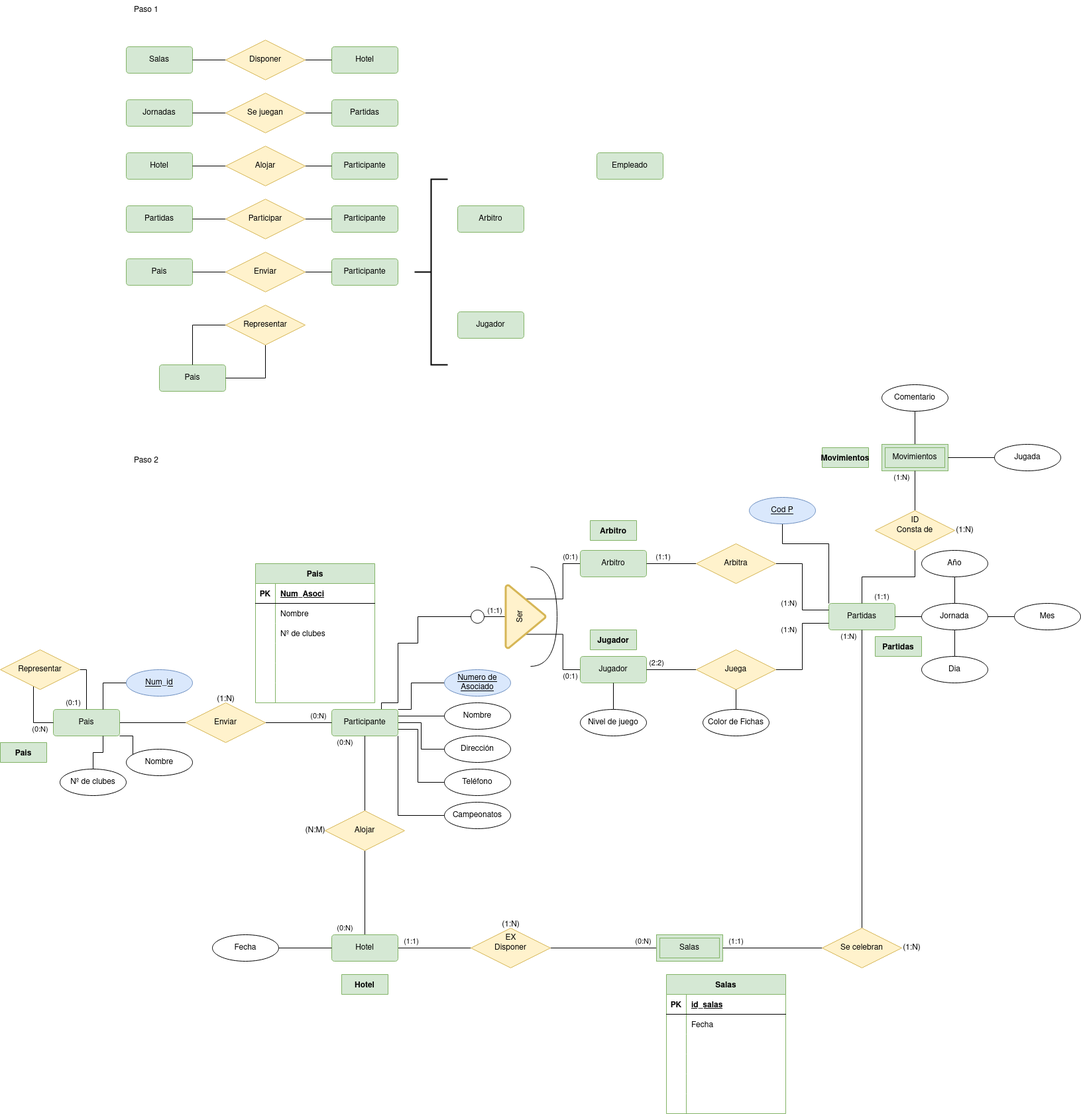
Above: tareas base de datos/Actividades_Esquemas/Actividades_Esquemas/ejercicio_9.drawio.png in Angel-L-G/Base-Datos (draw.io), before the change. Source tidied: cells renumbered, new cells last; positions are measured from the earlier drawing's top-left corner, leaving out a move shared by most shapes.
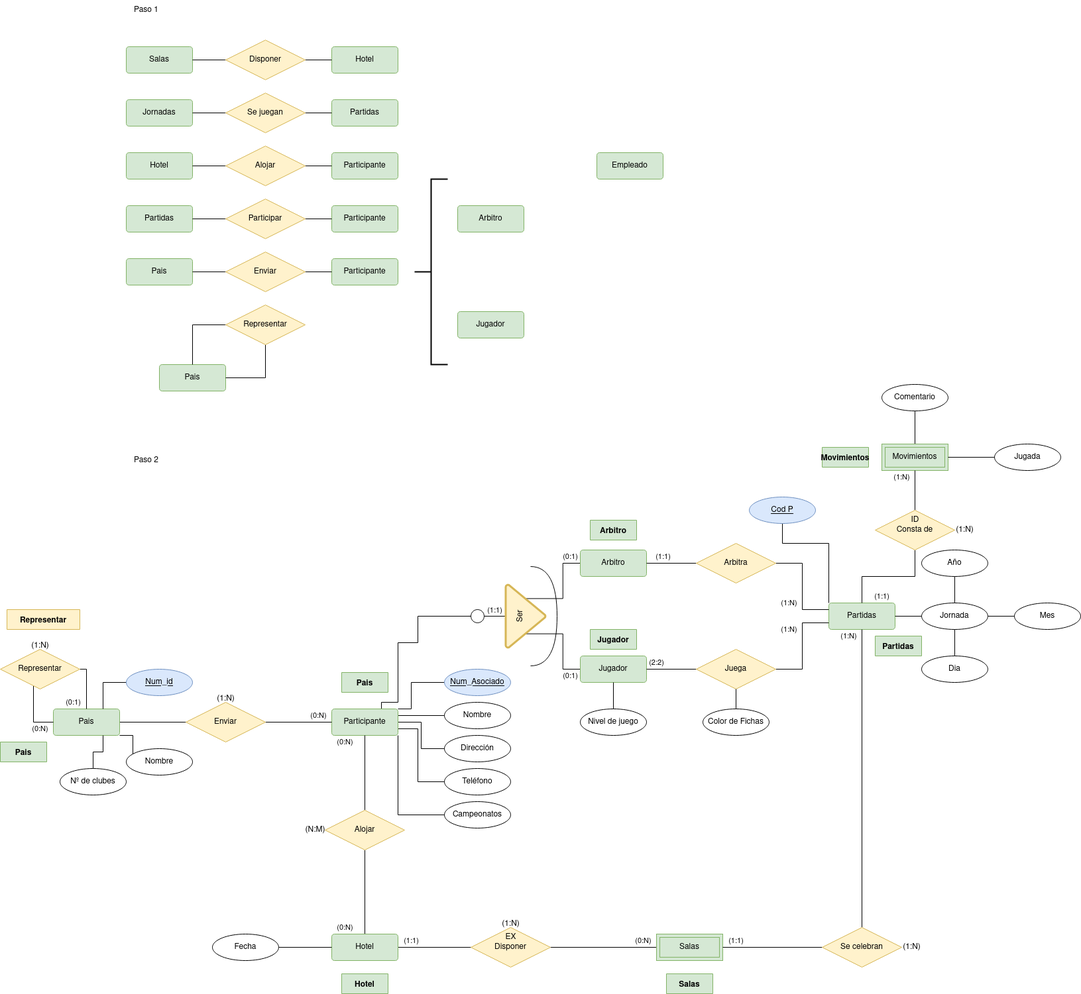
Above is the later version.

What changed in the source:
```diff
@@ -16,7 +16,7 @@
         </Array>
       </mxGeometry>
     </mxCell>
-    <mxCell id="5" value="Numero de Asociado" style="ellipse;whiteSpace=wrap;html=1;align=center;fontStyle=4;strokeWidth=1;fillColor=#dae8fc;strokeColor=#6c8ebf;" parent="1" vertex="1">
+    <mxCell id="5" value="Num_Asociado" style="ellipse;whiteSpace=wrap;html=1;align=center;fontStyle=4;strokeWidth=1;fillColor=#dae8fc;strokeColor=#6c8ebf;" parent="1" vertex="1">
       <mxGeometry x="670" y="1010" width="100" height="40" as="geometry" />
     </mxCell>
     <mxCell id="6" value="Empleado" style="rounded=1;arcSize=10;whiteSpace=wrap;html=1;align=center;fillColor=#d5e8d4;strokeColor=#82b366;strokeWidth=1;direction=west;" parent="1" vertex="1">
@@ -403,63 +403,9 @@
     <mxCell id="121" value="Hotel" style="shape=table;startSize=30;rowLines=0;fontStyle=1;align=center;fillColor=#d5e8d4;strokeColor=#82b366;" parent="1" vertex="1" collapsed="1">
       <mxGeometry x="515" y="1470" width="70" height="30" as="geometry" />
     </mxCell>
-    <mxCell id="122" value="Salas" style="shape=table;startSize=30;rowLines=0;fontStyle=1;align=center;fillColor=#d5e8d4;strokeColor=#82b366;" parent="1" vertex="1">
-      <mxGeometry x="1005" y="1470" width="180" height="210" as="geometry" />
+    <mxCell id="122" value="Salas" style="shape=table;startSize=30;rowLines=0;fontStyle=1;align=center;fillColor=#d5e8d4;strokeColor=#82b366;" parent="1" vertex="1" collapsed="1">
+      <mxGeometry x="1005" y="1470" width="70" height="30" as="geometry" />
     </mxCell>
-    <mxCell id="123" style="shape=tableRow;horizontal=0;startSize=0;swimlaneHead=0;swimlaneBody=0;fillColor=none;top=0;left=0;right=0;bottom=1;" parent="122" vertex="1">
-      <mxGeometry y="30" width="180" height="30" as="geometry" />
-    </mxCell>
-    <mxCell id="124" value="PK" style="shape=partialRectangle;fillColor=none;top=0;left=0;bottom=0;right=0;fontStyle=1;overflow=hidden;" parent="123" vertex="1">
-      <mxGeometry width="30" height="30" as="geometry" />
-    </mxCell>
-    <mxCell id="125" value="id_salas" style="shape=partialRectangle;fillColor=none;top=0;left=0;bottom=0;right=0;align=left;spacingLeft=6;fontStyle=5;overflow=hidden;" parent="123" vertex="1">
-      <mxGeometry x="30" width="150" height="30" as="geometry" />
-    </mxCell>
-    <mxCell id="126" style="shape=tableRow;horizontal=0;startSize=0;swimlaneHead=0;swimlaneBody=0;fillColor=none;top=0;left=0;right=0;bottom=0;" parent="122" vertex="1">
-      <mxGeometry y="60" width="180" height="30" as="geometry" />
-    </mxCell>
-    <mxCell id="127" style="shape=partialRectangle;fillColor=none;top=0;left=0;bottom=0;right=0;overflow=hidden;" parent="126" vertex="1">
-      <mxGeometry width="30" height="30" as="geometry" />
-    </mxCell>
-    <mxCell id="128" value="Fecha" style="shape=partialRectangle;fillColor=none;top=0;left=0;bottom=0;right=0;align=left;spacingLeft=6;overflow=hidden;" parent="126" vertex="1">
-      <mxGeometry x="30" width="150" height="30" as="geometry" />
-    </mxCell>
-    <mxCell id="129" style="shape=tableRow;horizontal=0;startSize=0;swimlaneHead=0;swimlaneBody=0;fillColor=none;top=0;left=0;right=0;bottom=0;" parent="122" vertex="1">
-      <mxGeometry y="90" width="180" height="30" as="geometry" />
-    </mxCell>
-    <mxCell id="130" style="shape=partialRectangle;fillColor=none;top=0;left=0;bottom=0;right=0;overflow=hidden;" parent="129" vertex="1">
-      <mxGeometry width="30" height="30" as="geometry" />
-    </mxCell>
-    <mxCell id="131" style="shape=partialRectangle;fillColor=none;top=0;left=0;bottom=0;right=0;align=left;spacingLeft=6;overflow=hidden;" parent="129" vertex="1">
-      <mxGeometry x="30" width="150" height="30" as="geometry" />
-    </mxCell>
-    <mxCell id="132" style="shape=tableRow;horizontal=0;startSize=0;swimlaneHead=0;swimlaneBody=0;fillColor=none;top=0;left=0;right=0;bottom=0;" parent="122" vertex="1">
-      <mxGeometry y="120" width="180" height="30" as="geometry" />
-    </mxCell>
-    <mxCell id="133" style="shape=partialRectangle;fillColor=none;top=0;left=0;bottom=0;right=0;overflow=hidden;" parent="132" vertex="1">
-      <mxGeometry width="30" height="30" as="geometry" />
-    </mxCell>
-    <mxCell id="134" style="shape=partialRectangle;fillColor=none;top=0;left=0;bottom=0;right=0;align=left;spacingLeft=6;overflow=hidden;" parent="132" vertex="1">
-      <mxGeometry x="30" width="150" height="30" as="geometry" />
-    </mxCell>
-    <mxCell id="135" style="shape=tableRow;horizontal=0;startSize=0;swimlaneHead=0;swimlaneBody=0;fillColor=none;top=0;left=0;right=0;bottom=0;" parent="122" vertex="1">
-      <mxGeometry y="150" width="180" height="30" as="geometry" />
-    </mxCell>
-    <mxCell id="136" style="shape=partialRectangle;fillColor=none;top=0;left=0;bottom=0;right=0;overflow=hidden;" parent="135" vertex="1">
-      <mxGeometry width="30" height="30" as="geometry" />
-    </mxCell>
-    <mxCell id="137" style="shape=partialRectangle;fillColor=none;top=0;left=0;bottom=0;right=0;align=left;spacingLeft=6;overflow=hidden;" parent="135" vertex="1">
-      <mxGeometry x="30" width="150" height="30" as="geometry" />
-    </mxCell>
-    <mxCell id="138" style="shape=tableRow;horizontal=0;startSize=0;swimlaneHead=0;swimlaneBody=0;fillColor=none;top=0;left=0;right=0;bottom=0;" parent="122" vertex="1">
-      <mxGeometry y="180" width="180" height="30" as="geometry" />
-    </mxCell>
-    <mxCell id="139" style="shape=partialRectangle;fillColor=none;top=0;left=0;bottom=0;right=0;overflow=hidden;" parent="138" vertex="1">
-      <mxGeometry width="30" height="30" as="geometry" />
-    </mxCell>
-    <mxCell id="140" style="shape=partialRectangle;fillColor=none;top=0;left=0;bottom=0;right=0;align=left;spacingLeft=6;overflow=hidden;" parent="138" vertex="1">
-      <mxGeometry x="30" width="150" height="30" as="geometry" />
-    </mxCell>
     <mxCell id="141" value="Partidas" style="shape=table;startSize=30;rowLines=0;fontStyle=1;align=center;fillColor=#d5e8d4;strokeColor=#82b366;" parent="1" vertex="1" collapsed="1">
       <mxGeometry x="1320" y="960" width="70" height="30" as="geometry" />
     </mxCell>
@@ -472,62 +418,14 @@
     <mxCell id="144" value="Arbitro" style="shape=table;startSize=30;rowLines=0;fontStyle=1;align=center;fillColor=#d5e8d4;strokeColor=#82b366;" parent="1" vertex="1" collapsed="1">
       <mxGeometry x="890" y="785" width="70" height="30" as="geometry" />
     </mxCell>
-    <mxCell id="145" value="Pais" style="shape=table;startSize=30;rowLines=0;fontStyle=1;align=center;fillColor=#d5e8d4;strokeColor=#82b366;" parent="1" vertex="1">
-      <mxGeometry x="385" y="850" width="180" height="210" as="geometry" />
+    <mxCell id="145" value="Pais" style="shape=table;startSize=30;rowLines=0;fontStyle=1;align=center;fillColor=#d5e8d4;strokeColor=#82b366;" parent="1" vertex="1" collapsed="1">
+      <mxGeometry x="515" y="1015" width="70" height="30" as="geometry" />
     </mxCell>
-    <mxCell id="146" style="shape=tableRow;horizontal=0;startSize=0;swimlaneHead=0;swimlaneBody=0;fillColor=none;top=0;left=0;right=0;bottom=1;" parent="145" vertex="1">
-      <mxGeometry y="30" width="180" height="30" as="geometry" />
-    </mxCell>
-    <mxCell id="147" value="PK" style="shape=partialRectangle;fillColor=none;top=0;left=0;bottom=0;right=0;fontStyle=1;overflow=hidden;" parent="146" vertex="1">
-      <mxGeometry width="30" height="30" as="geometry" />
-    </mxCell>
-    <mxCell id="148" value="Num_Asoci" style="shape=partialRectangle;fillColor=none;top=0;left=0;bottom=0;right=0;align=left;spacingLeft=6;fontStyle=5;overflow=hidden;" parent="146" vertex="1">
-      <mxGeometry x="30" width="150" height="30" as="geometry" />
-    </mxCell>
-    <mxCell id="149" style="shape=tableRow;horizontal=0;startSize=0;swimlaneHead=0;swimlaneBody=0;fillColor=none;top=0;left=0;right=0;bottom=0;" parent="145" vertex="1">
-      <mxGeometry y="60" width="180" height="30" as="geometry" />
-    </mxCell>
-    <mxCell id="150" style="shape=partialRectangle;fillColor=none;top=0;left=0;bottom=0;right=0;overflow=hidden;" parent="149" vertex="1">
-      <mxGeometry width="30" height="30" as="geometry" />
-    </mxCell>
-    <mxCell id="151" value="Nombre" style="shape=partialRectangle;fillColor=none;top=0;left=0;bottom=0;right=0;align=left;spacingLeft=6;overflow=hidden;" parent="149" vertex="1">
-      <mxGeometry x="30" width="150" height="30" as="geometry" />
-    </mxCell>
-    <mxCell id="152" style="shape=tableRow;horizontal=0;startSize=0;swimlaneHead=0;swimlaneBody=0;fillColor=none;top=0;left=0;right=0;bottom=0;" parent="145" vertex="1">
-      <mxGeometry y="90" width="180" height="30" as="geometry" />
-    </mxCell>
-    <mxCell id="153" style="shape=partialRectangle;fillColor=none;top=0;left=0;bottom=0;right=0;overflow=hidden;" parent="152" vertex="1">
-      <mxGeometry width="30" height="30" as="geometry" />
-    </mxCell>
-    <mxCell id="154" value="Nº de clubes" style="shape=partialRectangle;fillColor=none;top=0;left=0;bottom=0;right=0;align=left;spacingLeft=6;overflow=hidden;" parent="152" vertex="1">
-      <mxGeometry x="30" width="150" height="30" as="geometry" />
-    </mxCell>
-    <mxCell id="155" style="shape=tableRow;horizontal=0;startSize=0;swimlaneHead=0;swimlaneBody=0;fillColor=none;top=0;left=0;right=0;bottom=0;" parent="145" vertex="1">
-      <mxGeometry y="120" width="180" height="30" as="geometry" />
-    </mxCell>
-    <mxCell id="156" style="shape=partialRectangle;fillColor=none;top=0;left=0;bottom=0;right=0;overflow=hidden;" parent="155" vertex="1">
-      <mxGeometry width="30" height="30" as="geometry" />
-    </mxCell>
-    <mxCell id="157" style="shape=partialRectangle;fillColor=none;top=0;left=0;bottom=0;right=0;align=left;spacingLeft=6;overflow=hidden;" parent="155" vertex="1">
-      <mxGeometry x="30" width="150" height="30" as="geometry" />
-    </mxCell>
-    <mxCell id="158" style="shape=tableRow;horizontal=0;startSize=0;swimlaneHead=0;swimlaneBody=0;fillColor=none;top=0;left=0;right=0;bottom=0;" parent="145" vertex="1">
-      <mxGeometry y="150" width="180" height="30" as="geometry" />
-    </mxCell>
-    <mxCell id="159" style="shape=partialRectangle;fillColor=none;top=0;left=0;bottom=0;right=0;overflow=hidden;" parent="158" vertex="1">
-      <mxGeometry width="30" height="30" as="geometry" />
-    </mxCell>
-    <mxCell id="160" style="shape=partialRectangle;fillColor=none;top=0;left=0;bottom=0;right=0;align=left;spacingLeft=6;overflow=hidden;" parent="158" vertex="1">
-      <mxGeometry x="30" width="150" height="30" as="geometry" />
-    </mxCell>
-    <mxCell id="161" style="shape=tableRow;horizontal=0;startSize=0;swimlaneHead=0;swimlaneBody=0;fillColor=none;top=0;left=0;right=0;bottom=0;" parent="145" vertex="1">
-      <mxGeometry y="180" width="180" height="30" as="geometry" />
-    </mxCell>
-    <mxCell id="162" style="shape=partialRectangle;fillColor=none;top=0;left=0;bottom=0;right=0;overflow=hidden;" parent="161" vertex="1">
-      <mxGeometry width="30" height="30" as="geometry" />
-    </mxCell>
-    <mxCell id="163" style="shape=partialRectangle;fillColor=none;top=0;left=0;bottom=0;right=0;align=left;spacingLeft=6;overflow=hidden;" parent="161" vertex="1">
-      <mxGeometry x="30" width="150" height="30" as="geometry" />
-    </mxCell>
+    <mxCell id="164" value="(1:N)" style="text;html=1;align=center;verticalAlign=middle;strokeColor=none;fillColor=none;" parent="1" vertex="1">
+      <mxGeometry x="35" y="960" width="50" height="30" as="geometry" />
+    </mxCell>
+    <mxCell id="165" value="Representar" style="shape=table;startSize=30;rowLines=0;fontStyle=1;align=center;fillColor=#fff2cc;strokeColor=#d6b656;" parent="1" vertex="1" collapsed="1">
+      <mxGeometry x="10" y="920" width="110" height="30" as="geometry" />
+    </mxCell>
   </root>
 </mxGraphModel>
```
